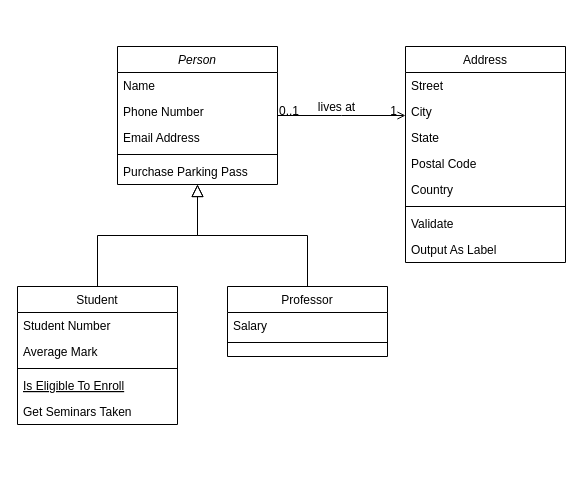
Earlier version of the draw.io diagram Untitled Diagram.drawio (eneto06/POO-Desafio). Source tidied: cells renumbered, new cells numbered last; positions are measured from the earlier drawing's top-left corner, leaving out a move shared by most shapes. Both pictures are drawn from the tidied source at 100%, with x=0, y=0 at pixel (17, 46).
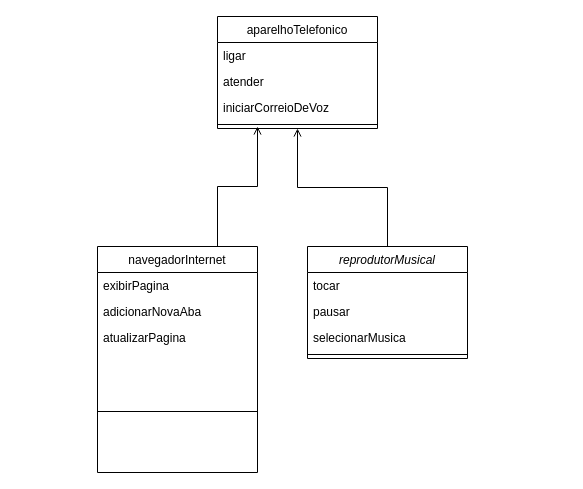
Above is the later version.

The change refers to these unchanged cells:
```xml
<mxCell id="28" style="endArrow=open;shadow=0;strokeWidth=1;rounded=0;endFill=1;edgeStyle=elbowEdgeStyle;elbow=vertical;" parent="1" edge="1" source="2" target="19">
  <mxGeometry x="0.5" y="41" relative="1" as="geometry">
    <mxPoint x="-40" y="32" as="offset" />
  </mxGeometry>
</mxCell>
```

Change to the diagram source:
```diff
@@
-    <mxCell id="2" value="Person" style="swimlane;fontStyle=2;align=center;verticalAlign=top;horizontal=1;startSize=26;rounded=0;shadow=0;strokeWidth=1;" parent="1" vertex="1">
-      <mxGeometry x="100" width="160" height="138" as="geometry" />
+    <mxCell id="2" value="reprodutorMusical" style="swimlane;fontStyle=2;align=center;verticalAlign=top;horizontal=1;startSize=26;rounded=0;shadow=0;strokeWidth=1;" parent="1" vertex="1">
+      <mxGeometry x="290" y="200" width="160" height="112" as="geometry" />
     </mxCell>
-    <mxCell id="3" value="Name" style="text;align=left;verticalAlign=top;spacingLeft=4;spacingRight=4;overflow=hidden;" parent="2" vertex="1">
+    <mxCell id="3" value="tocar    &#10;&#10;" style="text;align=left;verticalAlign=top;spacingLeft=4;spacingRight=4;overflow=hidden;" parent="2" vertex="1">
       <mxGeometry y="26" width="160" height="26" as="geometry" />
     </mxCell>
-    <mxCell id="4" value="Phone Number" style="text;align=left;verticalAlign=top;spacingLeft=4;spacingRight=4;overflow=hidden;rounded=0;shadow=0;html=0;" parent="2" vertex="1">
+    <mxCell id="4" value="pausar" style="text;align=left;verticalAlign=top;spacingLeft=4;spacingRight=4;overflow=hidden;rounded=0;shadow=0;html=0;" parent="2" vertex="1">
       <mxGeometry y="52" width="160" height="26" as="geometry" />
     </mxCell>
-    <mxCell id="5" value="Email Address" style="text;align=left;verticalAlign=top;spacingLeft=4;spacingRight=4;overflow=hidden;rounded=0;shadow=0;html=0;" parent="2" vertex="1">
+    <mxCell id="5" value="selecionarMusica" style="text;align=left;verticalAlign=top;spacingLeft=4;spacingRight=4;overflow=hidden;rounded=0;shadow=0;html=0;" parent="2" vertex="1">
       <mxGeometry y="78" width="160" height="26" as="geometry" />
     </mxCell>
@@
-    <mxCell id="7" value="Purchase Parking Pass" style="text;align=left;verticalAlign=top;spacingLeft=4;spacingRight=4;overflow=hidden;" parent="2" vertex="1">
-      <mxGeometry y="112" width="160" height="26" as="geometry" />
-    </mxCell>
-    <mxCell id="8" value="Student" style="swimlane;fontStyle=0;align=center;verticalAlign=top;horizontal=1;startSize=26;rounded=0;shadow=0;strokeWidth=1;" parent="1" vertex="1">
-      <mxGeometry y="240" width="160" height="138" as="geometry" />
+    <mxCell id="8" value="navegadorInternet" style="swimlane;fontStyle=0;align=center;verticalAlign=top;horizontal=1;startSize=26;rounded=0;shadow=0;strokeWidth=1;" parent="1" vertex="1">
+      <mxGeometry x="80" y="200" width="160" height="226" as="geometry" />
     </mxCell>
-    <mxCell id="9" value="Student Number" style="text;align=left;verticalAlign=top;spacingLeft=4;spacingRight=4;overflow=hidden;" parent="8" vertex="1">
+    <mxCell id="9" value="exibirPagina" style="text;align=left;verticalAlign=top;spacingLeft=4;spacingRight=4;overflow=hidden;" parent="8" vertex="1">
       <mxGeometry y="26" width="160" height="26" as="geometry" />
     </mxCell>
-    <mxCell id="10" value="Average Mark" style="text;align=left;verticalAlign=top;spacingLeft=4;spacingRight=4;overflow=hidden;rounded=0;shadow=0;html=0;" parent="8" vertex="1">
+    <mxCell id="10" value="adicionarNovaAba" style="text;align=left;verticalAlign=top;spacingLeft=4;spacingRight=4;overflow=hidden;rounded=0;shadow=0;html=0;" parent="8" vertex="1">
       <mxGeometry y="52" width="160" height="26" as="geometry" />
     </mxCell>
+    <mxCell id="32" value="atualizarPagina" style="text;align=left;verticalAlign=top;spacingLeft=4;spacingRight=4;overflow=hidden;rounded=0;shadow=0;html=0;" parent="8" vertex="1">
+      <mxGeometry y="78" width="160" height="26" as="geometry" />
+    </mxCell>
     <mxCell id="11" style="line;html=1;strokeWidth=1;align=left;verticalAlign=middle;spacingTop=-1;spacingLeft=3;spacingRight=3;labelPosition=right;" parent="8" vertex="1">
-      <mxGeometry y="78" width="160" height="8" as="geometry" />
+      <mxGeometry y="104" width="160" height="122" as="geometry" />
     </mxCell>
-    <mxCell id="12" value="Is Eligible To Enroll" style="text;align=left;verticalAlign=top;spacingLeft=4;spacingRight=4;overflow=hidden;fontStyle=4;" parent="8" vertex="1">
-      <mxGeometry y="86" width="160" height="26" as="geometry" />
-    </mxCell>
-    <mxCell id="13" value="Get Seminars Taken" style="text;align=left;verticalAlign=top;spacingLeft=4;spacingRight=4;overflow=hidden;" parent="8" vertex="1">
-      <mxGeometry y="112" width="160" height="26" as="geometry" />
-    </mxCell>
-    <mxCell id="14" style="endArrow=block;endSize=10;endFill=0;shadow=0;strokeWidth=1;rounded=0;edgeStyle=elbowEdgeStyle;elbow=vertical;" parent="1" edge="1" source="8" target="2">
-      <mxGeometry relative="1" as="geometry" />
-    </mxCell>
-    <mxCell id="15" value="Professor" style="swimlane;fontStyle=0;align=center;verticalAlign=top;horizontal=1;startSize=26;rounded=0;shadow=0;strokeWidth=1;" parent="1" vertex="1">
-      <mxGeometry x="210" y="240" width="160" height="70" as="geometry" />
-    </mxCell>
-    <mxCell id="16" value="Salary" style="text;align=left;verticalAlign=top;spacingLeft=4;spacingRight=4;overflow=hidden;" parent="15" vertex="1">
-      <mxGeometry y="26" width="160" height="26" as="geometry" />
-    </mxCell>
-    <mxCell id="17" style="line;html=1;strokeWidth=1;align=left;verticalAlign=middle;spacingTop=-1;spacingLeft=3;spacingRight=3;labelPosition=right;" parent="15" vertex="1">
-      <mxGeometry y="52" width="160" height="8" as="geometry" />
-    </mxCell>
-    <mxCell id="18" style="endArrow=block;endSize=10;endFill=0;shadow=0;strokeWidth=1;rounded=0;edgeStyle=elbowEdgeStyle;elbow=vertical;" parent="1" edge="1" source="15" target="2">
-      <mxGeometry relative="1" as="geometry" />
-    </mxCell>
-    <mxCell id="19" value="Address" style="swimlane;fontStyle=0;align=center;verticalAlign=top;horizontal=1;startSize=26;rounded=0;shadow=0;strokeWidth=1;" parent="1" vertex="1">
-      <mxGeometry x="388" width="160" height="216" as="geometry" />
+    <mxCell id="19" value="aparelhoTelefonico" style="swimlane;fontStyle=0;align=center;verticalAlign=top;horizontal=1;startSize=26;rounded=0;shadow=0;strokeWidth=1;" parent="1" vertex="1">
+      <mxGeometry x="200" y="-30" width="160" height="112" as="geometry" />
     </mxCell>
-    <mxCell id="20" value="Street" style="text;align=left;verticalAlign=top;spacingLeft=4;spacingRight=4;overflow=hidden;" parent="19" vertex="1">
+    <mxCell id="20" value="ligar&#10;&#10;" style="text;align=left;verticalAlign=top;spacingLeft=4;spacingRight=4;overflow=hidden;" parent="19" vertex="1">
       <mxGeometry y="26" width="160" height="26" as="geometry" />
     </mxCell>
-    <mxCell id="21" value="City" style="text;align=left;verticalAlign=top;spacingLeft=4;spacingRight=4;overflow=hidden;rounded=0;shadow=0;html=0;" parent="19" vertex="1">
+    <mxCell id="21" value="atender" style="text;align=left;verticalAlign=top;spacingLeft=4;spacingRight=4;overflow=hidden;rounded=0;shadow=0;html=0;" parent="19" vertex="1">
       <mxGeometry y="52" width="160" height="26" as="geometry" />
     </mxCell>
-    <mxCell id="22" value="State" style="text;align=left;verticalAlign=top;spacingLeft=4;spacingRight=4;overflow=hidden;rounded=0;shadow=0;html=0;" parent="19" vertex="1">
+    <mxCell id="22" value="iniciarCorreioDeVoz" style="text;align=left;verticalAlign=top;spacingLeft=4;spacingRight=4;overflow=hidden;rounded=0;shadow=0;html=0;" parent="19" vertex="1">
       <mxGeometry y="78" width="160" height="26" as="geometry" />
     </mxCell>
-    <mxCell id="23" value="Postal Code" style="text;align=left;verticalAlign=top;spacingLeft=4;spacingRight=4;overflow=hidden;rounded=0;shadow=0;html=0;" parent="19" vertex="1">
-      <mxGeometry y="104" width="160" height="26" as="geometry" />
-    </mxCell>
-    <mxCell id="24" value="Country" style="text;align=left;verticalAlign=top;spacingLeft=4;spacingRight=4;overflow=hidden;rounded=0;shadow=0;html=0;" parent="19" vertex="1">
-      <mxGeometry y="130" width="160" height="26" as="geometry" />
-    </mxCell>
     <mxCell id="25" style="line;html=1;strokeWidth=1;align=left;verticalAlign=middle;spacingTop=-1;spacingLeft=3;spacingRight=3;labelPosition=right;" parent="19" vertex="1">
-      <mxGeometry y="156" width="160" height="8" as="geometry" />
+      <mxGeometry y="104" width="160" height="8" as="geometry" />
     </mxCell>
-    <mxCell id="26" value="Validate" style="text;align=left;verticalAlign=top;spacingLeft=4;spacingRight=4;overflow=hidden;" parent="19" vertex="1">
-      <mxGeometry y="164" width="160" height="26" as="geometry" />
-    </mxCell>
-    <mxCell id="27" value="Output As Label" style="text;align=left;verticalAlign=top;spacingLeft=4;spacingRight=4;overflow=hidden;" parent="19" vertex="1">
-      <mxGeometry y="190" width="160" height="26" as="geometry" />
-    </mxCell>
@@
-    <mxCell id="29" value="0..1" style="align=left;verticalAlign=bottom;labelBackgroundColor=none;fontSize=12;" parent="28" vertex="1">
-      <mxGeometry x="-1" relative="1" as="geometry">
-        <mxPoint y="4" as="offset" />
-      </mxGeometry>
-    </mxCell>
-    <mxCell id="30" value="1" style="align=right;verticalAlign=bottom;labelBackgroundColor=none;fontSize=12;" parent="28" vertex="1">
-      <mxGeometry x="1" relative="1" as="geometry">
-        <mxPoint x="-7" y="4" as="offset" />
-      </mxGeometry>
-    </mxCell>
-    <mxCell id="31" value="lives at" style="text;html=1;align=center;verticalAlign=middle;labelBackgroundColor=none;rounded=0;shadow=0;strokeWidth=1;fontSize=12;" parent="28" vertex="1">
-      <mxGeometry x="0.5" y="49" relative="1" as="geometry">
-        <mxPoint x="-38" y="40" as="offset" />
-      </mxGeometry>
-    </mxCell>
+    <mxCell id="33" style="endArrow=open;shadow=0;strokeWidth=1;rounded=0;endFill=1;edgeStyle=elbowEdgeStyle;elbow=vertical;" parent="1" edge="1">
+      <mxGeometry x="0.5" y="41" relative="1" as="geometry">
+        <mxPoint x="200" y="200" as="sourcePoint" />
+        <mxPoint x="240" y="80" as="targetPoint" />
+        <mxPoint x="-40" y="32" as="offset" />
+      </mxGeometry>
+    </mxCell>
```
